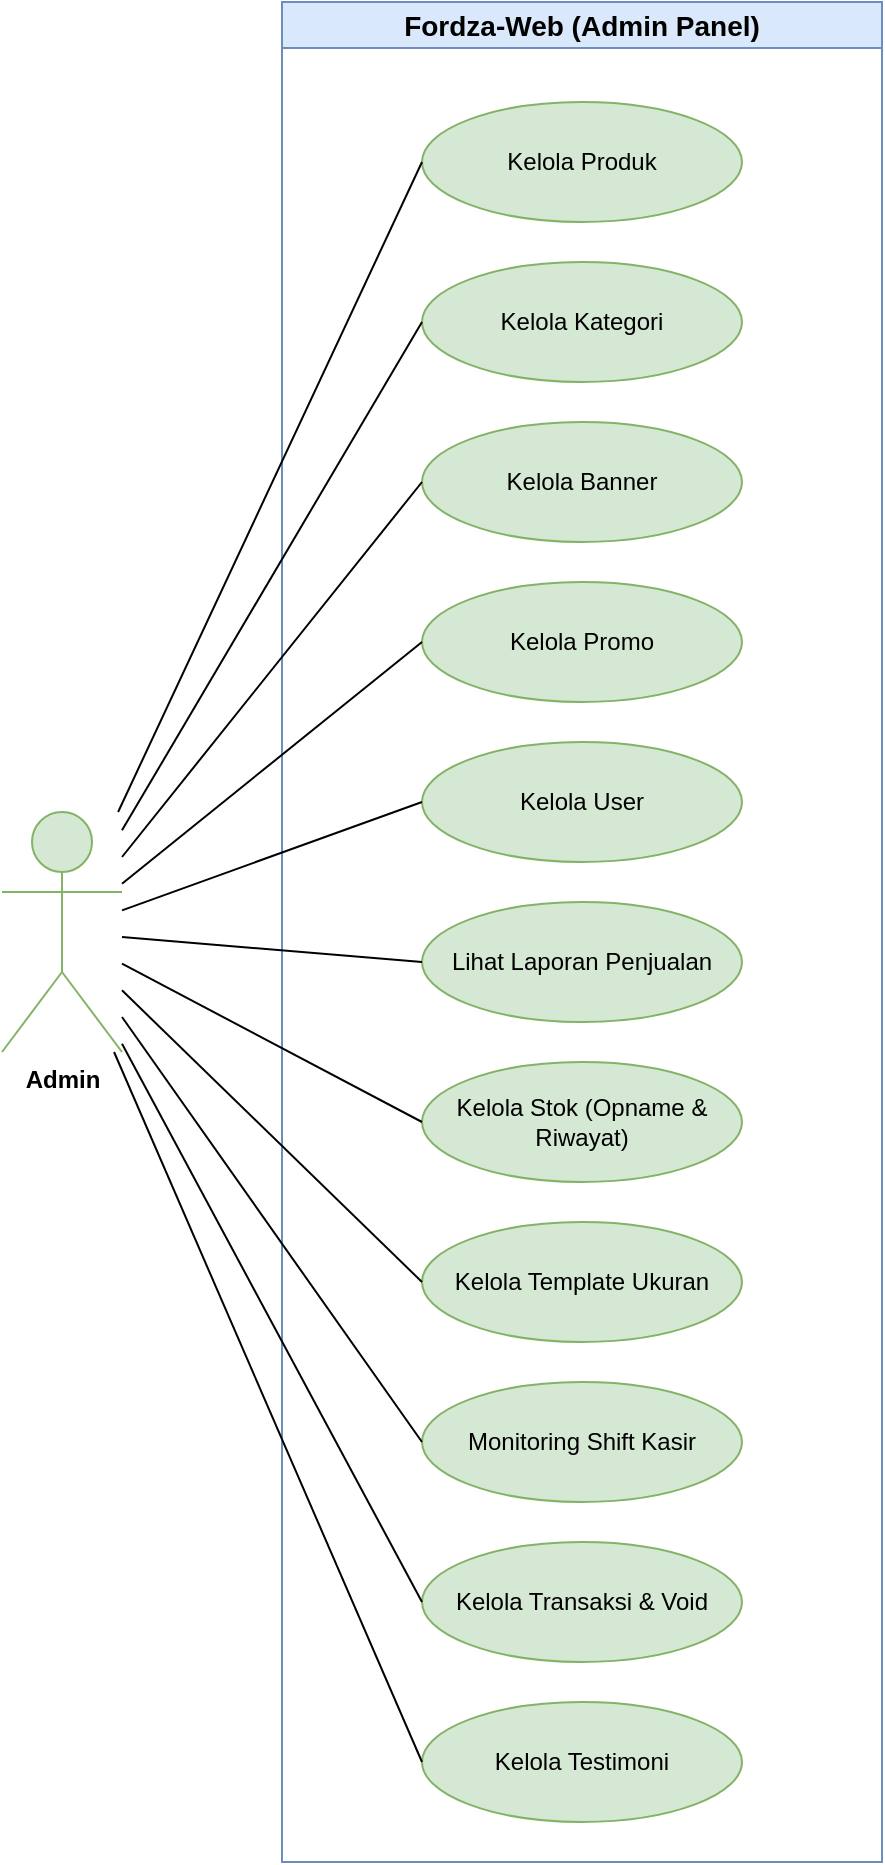
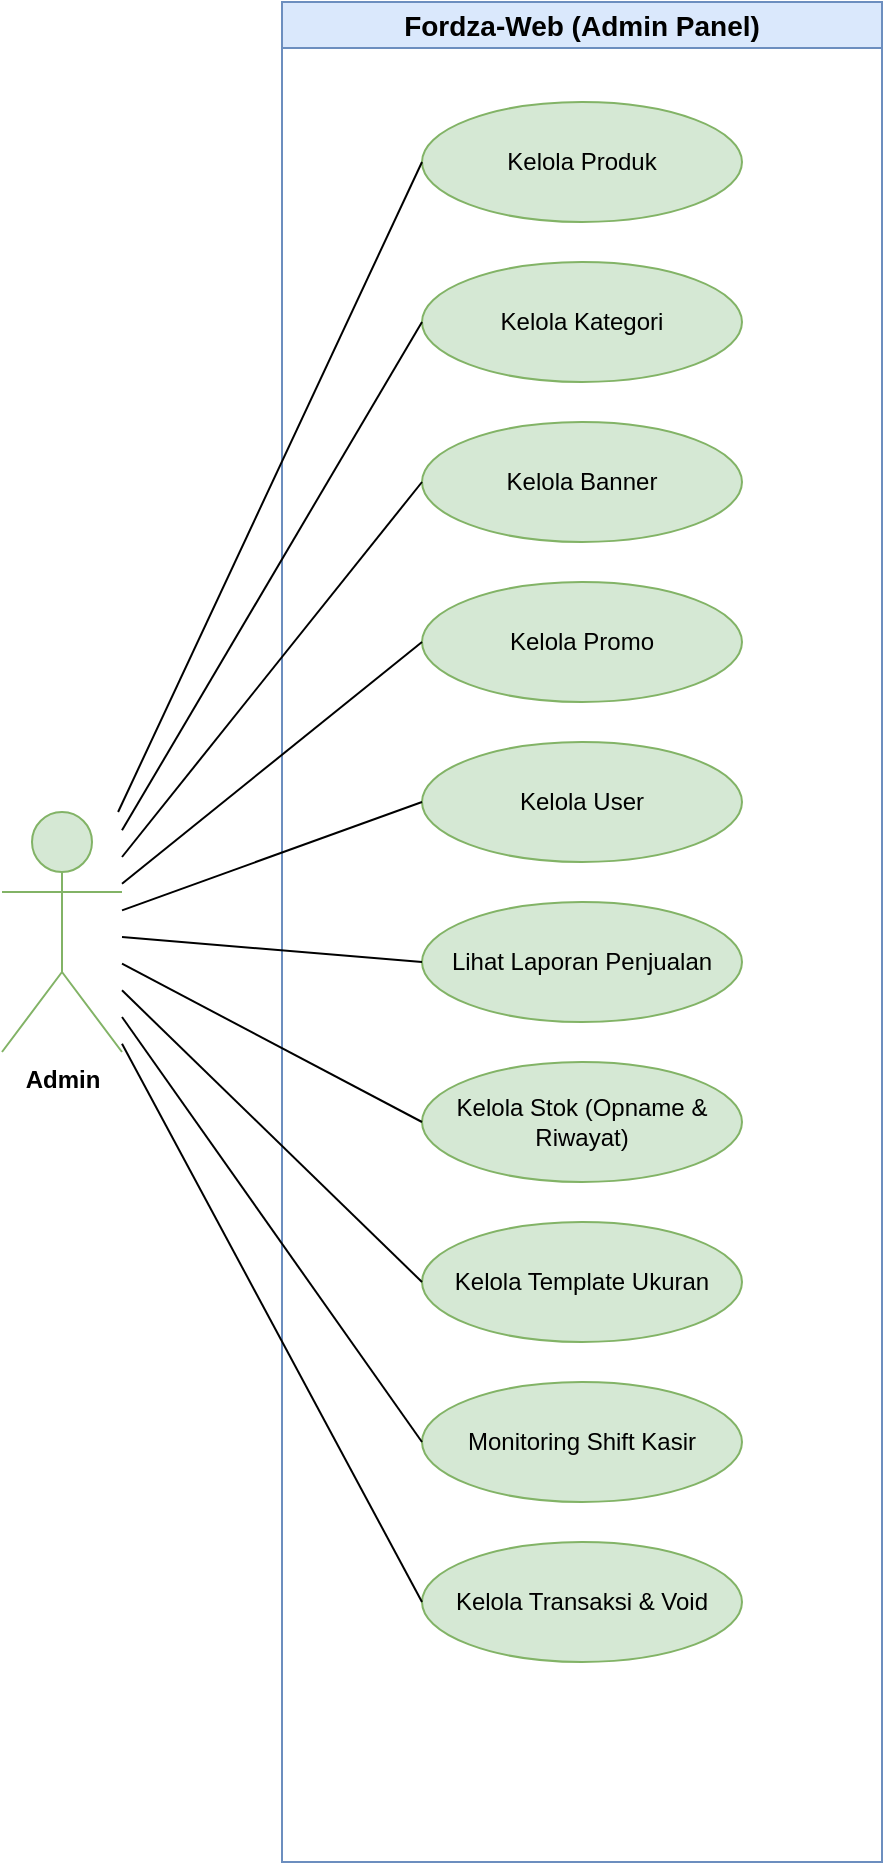
<mxfile host="app.diagrams.net" agent="5.0">
  <diagram name="Use Case - Admin" id="uc-admin">
-     <mxGraphModel dx="1200" dy="800" grid="1" gridSize="10" guides="1" tooltips="1" connect="1" arrows="1" fold="1" page="1" pageScale="1" pageWidth="827" pageHeight="1169" math="0" shadow="0">
+     <mxGraphModel dx="1460" dy="775" grid="1" gridSize="10" guides="1" tooltips="1" connect="1" arrows="1" fold="1" page="1" pageScale="1" pageWidth="827" pageHeight="1169" math="0" shadow="0">
      <root>
        <mxCell id="0" />
        <mxCell id="1" parent="0" />
- 
-         <!-- System Boundary -->
        <mxCell id="system" parent="1" style="swimlane;whiteSpace=wrap;html=1;fillColor=#dae8fc;strokeColor=#6c8ebf;fontSize=14;fontStyle=1" value="Fordza-Web (Admin Panel)" vertex="1">
          <mxGeometry height="930" width="300" x="200" y="50" as="geometry" />
        </mxCell>
- 
-         <!-- Use Cases inside System (relative coordinates to system) -->
        <mxCell id="uc1" parent="system" style="ellipse;whiteSpace=wrap;html=1;fillColor=#d5e8d4;strokeColor=#82b366;" value="Kelola Produk" vertex="1">
          <mxGeometry height="60" width="160" x="70" y="50" as="geometry" />
        </mxCell>
        <mxCell id="uc2" parent="system" style="ellipse;whiteSpace=wrap;html=1;fillColor=#d5e8d4;strokeColor=#82b366;" value="Kelola Kategori" vertex="1">
          <mxGeometry height="60" width="160" x="70" y="130" as="geometry" />
        </mxCell>
        <mxCell id="uc3" parent="system" style="ellipse;whiteSpace=wrap;html=1;fillColor=#d5e8d4;strokeColor=#82b366;" value="Kelola Banner" vertex="1">
          <mxGeometry height="60" width="160" x="70" y="210" as="geometry" />
        </mxCell>
        <mxCell id="uc4" parent="system" style="ellipse;whiteSpace=wrap;html=1;fillColor=#d5e8d4;strokeColor=#82b366;" value="Kelola Promo" vertex="1">
          <mxGeometry height="60" width="160" x="70" y="290" as="geometry" />
        </mxCell>
        <mxCell id="uc5" parent="system" style="ellipse;whiteSpace=wrap;html=1;fillColor=#d5e8d4;strokeColor=#82b366;" value="Kelola User" vertex="1">
          <mxGeometry height="60" width="160" x="70" y="370" as="geometry" />
        </mxCell>
        <mxCell id="uc6" parent="system" style="ellipse;whiteSpace=wrap;html=1;fillColor=#d5e8d4;strokeColor=#82b366;" value="Lihat Laporan Penjualan" vertex="1">
          <mxGeometry height="60" width="160" x="70" y="450" as="geometry" />
        </mxCell>
        <mxCell id="uc7" parent="system" style="ellipse;whiteSpace=wrap;html=1;fillColor=#d5e8d4;strokeColor=#82b366;" value="Kelola Stok (Opname &amp; Riwayat)" vertex="1">
          <mxGeometry height="60" width="160" x="70" y="530" as="geometry" />
        </mxCell>
        <mxCell id="uc8" parent="system" style="ellipse;whiteSpace=wrap;html=1;fillColor=#d5e8d4;strokeColor=#82b366;" value="Kelola Template Ukuran" vertex="1">
          <mxGeometry height="60" width="160" x="70" y="610" as="geometry" />
        </mxCell>
        <mxCell id="uc9" parent="system" style="ellipse;whiteSpace=wrap;html=1;fillColor=#d5e8d4;strokeColor=#82b366;" value="Monitoring Shift Kasir" vertex="1">
          <mxGeometry height="60" width="160" x="70" y="690" as="geometry" />
        </mxCell>
        <mxCell id="uc10" parent="system" style="ellipse;whiteSpace=wrap;html=1;fillColor=#d5e8d4;strokeColor=#82b366;" value="Kelola Transaksi &amp; Void" vertex="1">
          <mxGeometry height="60" width="160" x="70" y="770" as="geometry" />
        </mxCell>
-         <mxCell id="uc11" parent="system" style="ellipse;whiteSpace=wrap;html=1;fillColor=#d5e8d4;strokeColor=#82b366;" value="Kelola Testimoni" vertex="1">
-           <mxGeometry height="60" width="160" x="70" y="850" as="geometry" />
-         </mxCell>
- 
-         <!-- Actor Admin -->
        <mxCell id="actor-admin" parent="1" style="shape=umlActor;verticalLabelPosition=bottom;verticalAlign=top;html=1;fillColor=#d5e8d4;strokeColor=#82b366;fontSize=12;fontStyle=1" value="Admin" vertex="1">
          <mxGeometry height="120" width="60" x="60" y="455" as="geometry" />
        </mxCell>
- 
-         <!-- Associations from Actor to Use Cases -->
        <mxCell id="assoc1" edge="1" parent="1" source="actor-admin" style="endArrow=none;html=1;entryX=0;entryY=0.5;entryDx=0;entryDy=0;" target="uc1" value="">
          <mxGeometry relative="1" as="geometry" />
        </mxCell>
        <mxCell id="assoc2" edge="1" parent="1" source="actor-admin" style="endArrow=none;html=1;entryX=0;entryY=0.5;entryDx=0;entryDy=0;" target="uc2" value="">
          <mxGeometry relative="1" as="geometry" />
        </mxCell>
        <mxCell id="assoc3" edge="1" parent="1" source="actor-admin" style="endArrow=none;html=1;entryX=0;entryY=0.5;entryDx=0;entryDy=0;" target="uc3" value="">
          <mxGeometry relative="1" as="geometry" />
        </mxCell>
        <mxCell id="assoc4" edge="1" parent="1" source="actor-admin" style="endArrow=none;html=1;entryX=0;entryY=0.5;entryDx=0;entryDy=0;" target="uc4" value="">
          <mxGeometry relative="1" as="geometry" />
        </mxCell>
        <mxCell id="assoc5" edge="1" parent="1" source="actor-admin" style="endArrow=none;html=1;entryX=0;entryY=0.5;entryDx=0;entryDy=0;" target="uc5" value="">
          <mxGeometry relative="1" as="geometry" />
        </mxCell>
        <mxCell id="assoc6" edge="1" parent="1" source="actor-admin" style="endArrow=none;html=1;entryX=0;entryY=0.5;entryDx=0;entryDy=0;" target="uc6" value="">
          <mxGeometry relative="1" as="geometry" />
        </mxCell>
        <mxCell id="assoc7" edge="1" parent="1" source="actor-admin" style="endArrow=none;html=1;entryX=0;entryY=0.5;entryDx=0;entryDy=0;" target="uc7" value="">
          <mxGeometry relative="1" as="geometry" />
        </mxCell>
        <mxCell id="assoc8" edge="1" parent="1" source="actor-admin" style="endArrow=none;html=1;entryX=0;entryY=0.5;entryDx=0;entryDy=0;" target="uc8" value="">
          <mxGeometry relative="1" as="geometry" />
        </mxCell>
        <mxCell id="assoc9" edge="1" parent="1" source="actor-admin" style="endArrow=none;html=1;entryX=0;entryY=0.5;entryDx=0;entryDy=0;" target="uc9" value="">
          <mxGeometry relative="1" as="geometry" />
        </mxCell>
        <mxCell id="assoc10" edge="1" parent="1" source="actor-admin" style="endArrow=none;html=1;entryX=0;entryY=0.5;entryDx=0;entryDy=0;" target="uc10" value="">
          <mxGeometry relative="1" as="geometry" />
        </mxCell>
-         <mxCell id="assoc11" edge="1" parent="1" source="actor-admin" style="endArrow=none;html=1;entryX=0;entryY=0.5;entryDx=0;entryDy=0;" target="uc11" value="">
-           <mxGeometry relative="1" as="geometry" />
-         </mxCell>
      </root>
    </mxGraphModel>
  </diagram>
</mxfile>
